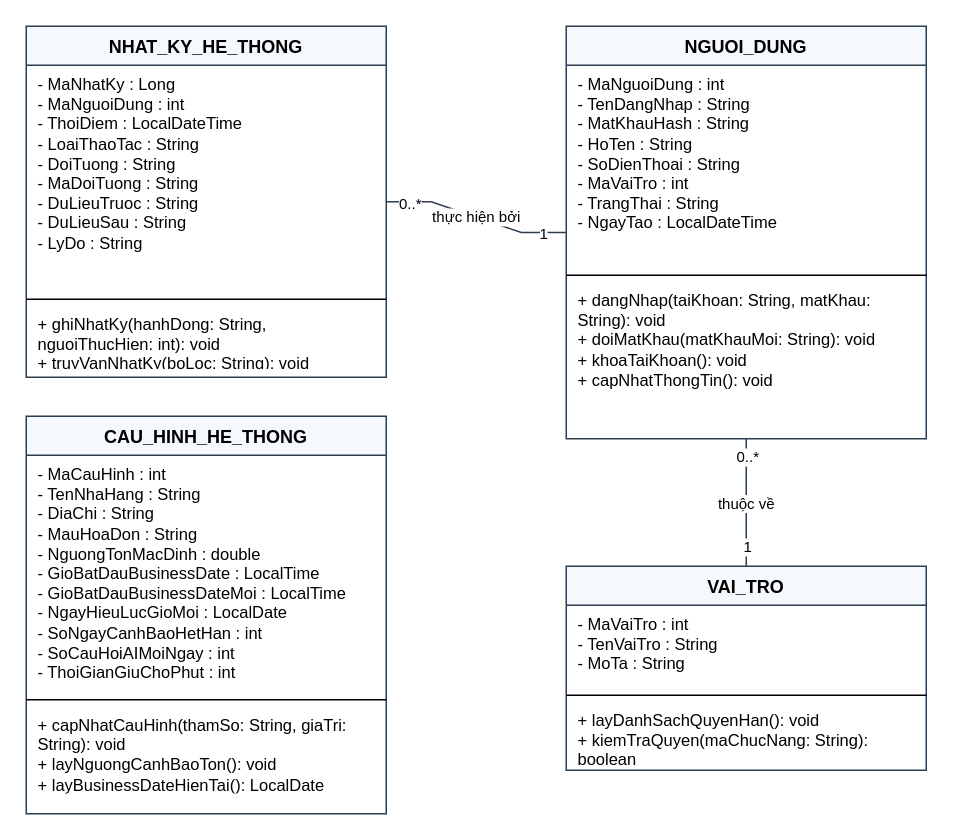
Before: page "Cai dat he thong" (1 of 17) of docs/So_do/ClassDiagram_HeThongQuanLyNhaHang.drawio in nminhzzz/restaurant-management-ai, a draw.io diagram. Source tidied: cells renumbered, new cells numbered last; positions are measured from the earlier drawing's top-left corner, leaving out a move shared by most shapes. Both pictures are drawn from the tidied source at 150%, with x=0, y=0 at pixel (26, 26).
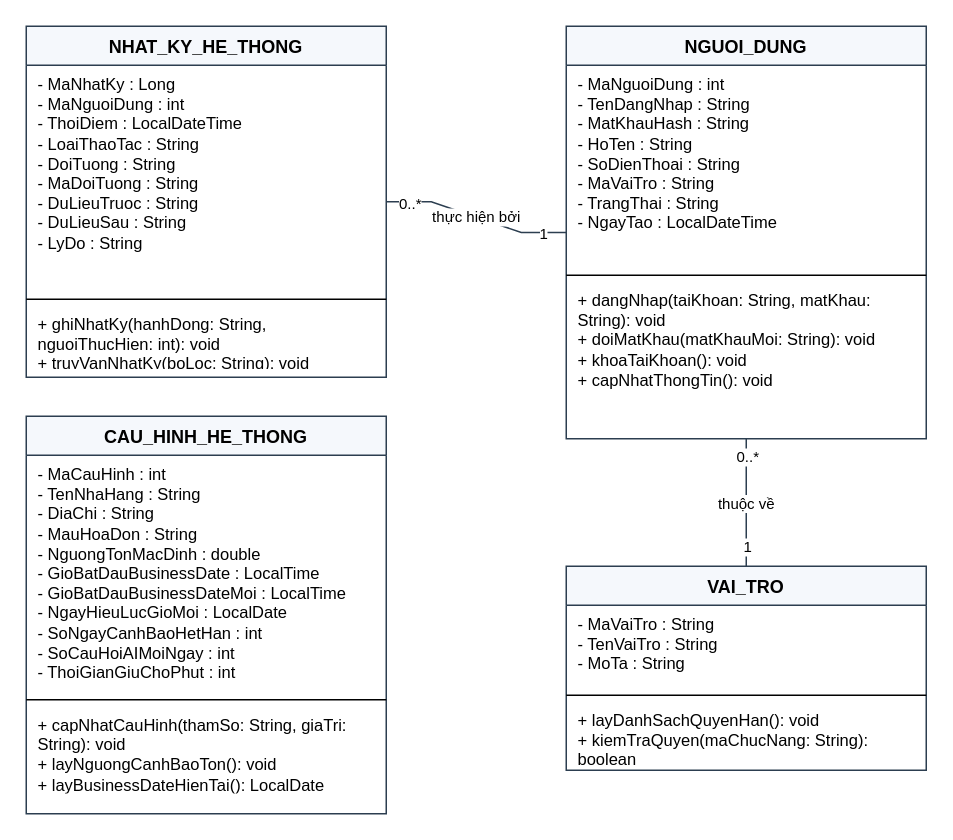
The same page after the edit.

The change refers to these unchanged cells:
```xml
<mxCell id="2" value="VAI_TRO" style="swimlane;fontStyle=1;align=center;verticalAlign=top;horizontal=1;startSize=26;whiteSpace=wrap;html=1;fillColor=#F5F8FC;strokeColor=#2C3E50;dashed=0;fontSize=12;" parent="1" vertex="1">
  <mxGeometry x="360" y="360" width="240" height="136" as="geometry" />
</mxCell>
<mxCell id="6" value="NGUOI_DUNG" style="swimlane;fontStyle=1;align=center;verticalAlign=top;horizontal=1;startSize=26;whiteSpace=wrap;html=1;fillColor=#F5F8FC;strokeColor=#2C3E50;dashed=0;fontSize=12;" parent="1" vertex="1">
  <mxGeometry x="360" width="240" height="275" as="geometry" />
</mxCell>
```

Diff of the diagram source:
```diff
@@
-    <mxCell id="3" value="- MaVaiTro : int&lt;br&gt;- TenVaiTro : String&lt;br&gt;- MoTa : String" style="text;align=left;verticalAlign=top;spacingLeft=6;spacingRight=4;overflow=hidden;whiteSpace=wrap;html=1;fontSize=11;" parent="2" vertex="1">
+    <mxCell id="3" value="- MaVaiTro : String&lt;br&gt;- TenVaiTro : String&lt;br&gt;- MoTa : String" style="text;align=left;verticalAlign=top;spacingLeft=6;spacingRight=4;overflow=hidden;whiteSpace=wrap;html=1;fontSize=11;" parent="2" vertex="1">
       <mxGeometry y="26" width="240" height="56" as="geometry" />
     </mxCell>
@@
-    <mxCell id="7" value="- MaNguoiDung : int&lt;br&gt;- TenDangNhap : String&lt;br&gt;- MatKhauHash : String&lt;br&gt;- HoTen : String&lt;br&gt;- SoDienThoai : String&lt;br&gt;- MaVaiTro : int&lt;br&gt;- TrangThai : String&lt;br&gt;- NgayTao : LocalDateTime" style="text;align=left;verticalAlign=top;spacingLeft=6;spacingRight=4;overflow=hidden;whiteSpace=wrap;html=1;fontSize=11;" parent="6" vertex="1">
+    <mxCell id="7" value="- MaNguoiDung : int&lt;br&gt;- TenDangNhap : String&lt;br&gt;- MatKhauHash : String&lt;br&gt;- HoTen : String&lt;br&gt;- SoDienThoai : String&lt;br&gt;- MaVaiTro : String&lt;br&gt;- TrangThai : String&lt;br&gt;- NgayTao : LocalDateTime" style="text;align=left;verticalAlign=top;spacingLeft=6;spacingRight=4;overflow=hidden;whiteSpace=wrap;html=1;fontSize=11;" parent="6" vertex="1">
       <mxGeometry y="26" width="240" height="136" as="geometry" />
     </mxCell>
```
